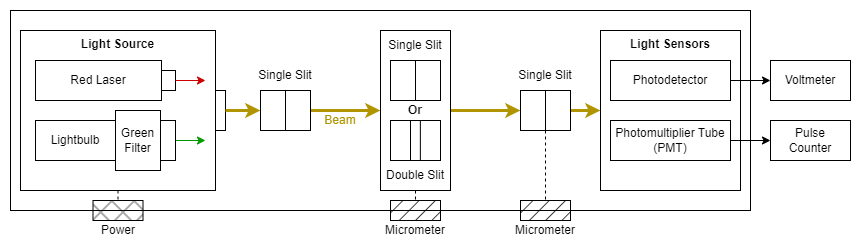
Earlier version of the draw.io export Lab1 - Two Slit Interference/DeviceDiagram.png (parallax-xallaraq/PHSX616). Source tidied: cells renumbered, new cells last; positions are measured from the earlier drawing's top-left corner, leaving out a move shared by most shapes.
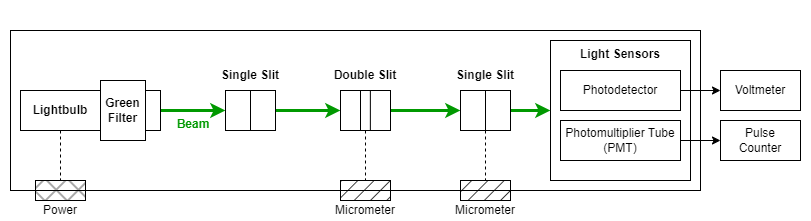
After the commit.

Commit message:
update device diagram

Change to the diagram source:
```diff
@@ -3,183 +3,67 @@
     <mxCell id="0" />
     <mxCell id="1" parent="0" />
     <mxCell id="2" style="rounded=0;whiteSpace=wrap;html=1;strokeColor=#FFFFFF;" parent="1" vertex="1">
-      <mxGeometry width="860" height="240" as="geometry" />
+      <mxGeometry x="50" width="810" height="220" as="geometry" />
     </mxCell>
     <mxCell id="3" style="rounded=0;whiteSpace=wrap;html=1;fillColor=none;" parent="1" vertex="1">
-      <mxGeometry x="10" y="10" width="740" height="200" as="geometry" />
+      <mxGeometry x="60" y="30" width="690" height="160" as="geometry" />
     </mxCell>
-    <mxCell id="4" style="group;" parent="1" vertex="1">
-      <mxGeometry x="20" y="30" width="205" height="160" as="geometry" />
-    </mxCell>
-    <mxCell id="5" value="Light Source" style="rounded=0;whiteSpace=wrap;html=1;horizontal=1;verticalAlign=top;fontStyle=1;" parent="4" vertex="1">
-      <mxGeometry width="195" height="160" as="geometry" />
-    </mxCell>
-    <mxCell id="6" style="rounded=0;whiteSpace=wrap;html=1;" parent="4" vertex="1">
-      <mxGeometry x="195" y="60" width="10" height="40" as="geometry" />
-    </mxCell>
     <mxCell id="7" value="Light Sensors" style="rounded=0;whiteSpace=wrap;html=1;fontStyle=1;verticalAlign=top;" parent="1" vertex="1">
-      <mxGeometry x="600" y="30" width="140" height="160" as="geometry" />
+      <mxGeometry x="600" y="40" width="140" height="140" as="geometry" />
     </mxCell>
-    <mxCell id="8" style="endArrow=classic;html=1;rounded=0;exitX=1;exitY=0.5;exitDx=0;exitDy=0;entryX=0;entryY=0.5;entryDx=0;entryDy=0;fillColor=#e3c800;strokeColor=#B09500;strokeWidth=3;" parent="1" edge="1" source="6" target="14">
+    <mxCell id="8" style="endArrow=classic;html=1;rounded=0;exitX=1;exitY=0.5;exitDx=0;exitDy=0;entryX=0;entryY=0.5;entryDx=0;entryDy=0;fillColor=#e3c800;strokeColor=#009900;strokeWidth=3;" parent="1" edge="1" source="32" target="14">
       <mxGeometry relative="1" as="geometry" />
     </mxCell>
-    <mxCell id="9" style="endArrow=classic;html=1;rounded=0;exitX=1;exitY=0.5;exitDx=0;exitDy=0;fillColor=#e3c800;strokeColor=#B09500;strokeWidth=3;" parent="1" edge="1" source="14" target="36">
+    <mxCell id="9" style="endArrow=classic;html=1;rounded=0;exitX=1;exitY=0.5;exitDx=0;exitDy=0;fillColor=#e3c800;strokeColor=#009900;strokeWidth=3;entryX=0;entryY=0.5;entryDx=0;entryDy=0;" parent="1" edge="1" source="14" target="38">
       <mxGeometry relative="1" as="geometry" />
     </mxCell>
-    <mxCell id="10" style="endArrow=classic;html=1;rounded=0;exitX=1;exitY=0.5;exitDx=0;exitDy=0;entryX=0;entryY=0.5;entryDx=0;entryDy=0;fillColor=#e3c800;strokeColor=#B09500;strokeWidth=3;" parent="1" edge="1" source="36" target="19">
+    <mxCell id="10" style="endArrow=classic;html=1;rounded=0;exitX=1;exitY=0.5;exitDx=0;exitDy=0;entryX=0;entryY=0.5;entryDx=0;entryDy=0;fillColor=#e3c800;strokeColor=#009900;strokeWidth=3;" parent="1" edge="1" source="38" target="19">
       <mxGeometry relative="1" as="geometry" />
     </mxCell>
-    <mxCell id="11" style="endArrow=classic;html=1;rounded=0;exitX=1;exitY=0.5;exitDx=0;exitDy=0;entryX=0;entryY=0.5;entryDx=0;entryDy=0;fillColor=#e3c800;strokeColor=#B09500;strokeWidth=3;" parent="1" edge="1" source="19" target="7">
+    <mxCell id="11" style="endArrow=classic;html=1;rounded=0;exitX=1;exitY=0.5;exitDx=0;exitDy=0;entryX=0;entryY=0.5;entryDx=0;entryDy=0;fillColor=#e3c800;strokeColor=#009900;strokeWidth=3;" parent="1" edge="1" source="19" target="7">
       <mxGeometry relative="1" as="geometry" />
     </mxCell>
-    <mxCell id="12" style="group;" parent="1" vertex="1">
-      <mxGeometry x="250" y="60" width="70" height="70" as="geometry" />
-    </mxCell>
-    <mxCell id="13" style="group;" parent="12" vertex="1">
-      <mxGeometry x="10" y="30" width="50" height="40" as="geometry" />
-    </mxCell>
-    <mxCell id="14" style="rounded=0;whiteSpace=wrap;html=1;" parent="13" vertex="1">
-      <mxGeometry width="50" height="40" as="geometry" />
-    </mxCell>
-    <mxCell id="15" style="endArrow=none;html=1;rounded=0;entryX=0.5;entryY=0;entryDx=0;entryDy=0;" parent="13" edge="1" target="14">
-      <mxGeometry relative="1" as="geometry">
-        <mxPoint x="25" y="40" as="sourcePoint" />
-      </mxGeometry>
-    </mxCell>
-    <mxCell id="16" value="Single Slit" style="text;html=1;strokeColor=none;fillColor=none;align=center;verticalAlign=middle;whiteSpace=wrap;rounded=0;" parent="12" vertex="1">
-      <mxGeometry width="70" height="30" as="geometry" />
-    </mxCell>
-    <mxCell id="17" style="group;" parent="1" vertex="1">
-      <mxGeometry x="510" y="60" width="70" height="70" as="geometry" />
-    </mxCell>
-    <mxCell id="18" style="group;" parent="17" vertex="1">
-      <mxGeometry x="10" y="30" width="50" height="40" as="geometry" />
-    </mxCell>
-    <mxCell id="19" style="rounded=0;whiteSpace=wrap;html=1;" parent="18" vertex="1">
-      <mxGeometry width="50" height="40" as="geometry" />
-    </mxCell>
-    <mxCell id="20" style="endArrow=none;html=1;rounded=0;entryX=0.5;entryY=0;entryDx=0;entryDy=0;" parent="18" edge="1" target="19">
-      <mxGeometry relative="1" as="geometry">
-        <mxPoint x="25" y="40" as="sourcePoint" />
-      </mxGeometry>
-    </mxCell>
-    <mxCell id="21" value="Single Slit" style="text;html=1;strokeColor=none;fillColor=none;align=center;verticalAlign=middle;whiteSpace=wrap;rounded=0;" parent="17" vertex="1">
-      <mxGeometry width="70" height="30" as="geometry" />
-    </mxCell>
     <mxCell id="22" value="Photodetector" style="rounded=0;whiteSpace=wrap;html=1;" parent="1" vertex="1">
-      <mxGeometry x="610" y="60" width="120" height="40" as="geometry" />
+      <mxGeometry x="610" y="70" width="120" height="40" as="geometry" />
     </mxCell>
     <mxCell id="23" value="Photomultiplier Tube (PMT)" style="rounded=0;whiteSpace=wrap;html=1;" parent="1" vertex="1">
       <mxGeometry x="610" y="120" width="120" height="40" as="geometry" />
     </mxCell>
-    <mxCell id="24" style="group;" parent="1" vertex="1">
-      <mxGeometry x="35" y="60" width="170" height="40" as="geometry" />
-    </mxCell>
-    <mxCell id="25" value="Red Laser" style="rounded=0;whiteSpace=wrap;html=1;" parent="24" vertex="1">
-      <mxGeometry width="126" height="40" as="geometry" />
-    </mxCell>
-    <mxCell id="26" style="rounded=0;whiteSpace=wrap;html=1;" parent="24" vertex="1">
-      <mxGeometry x="126" y="10" width="14" height="20" as="geometry" />
-    </mxCell>
-    <mxCell id="27" style="endArrow=classic;html=1;rounded=0;exitX=1;exitY=0.5;exitDx=0;exitDy=0;fillColor=#a20025;strokeColor=#CC0000;" parent="24" edge="1" source="26">
-      <mxGeometry relative="1" as="geometry">
-        <mxPoint x="170" y="20" as="targetPoint" />
-      </mxGeometry>
-    </mxCell>
-    <mxCell id="28" style="group;" parent="1" vertex="1">
-      <mxGeometry x="35" y="110" width="170" height="60" as="geometry" />
-    </mxCell>
-    <mxCell id="29" style="endArrow=classic;html=1;rounded=0;exitX=1;exitY=0.5;exitDx=0;exitDy=0;fillColor=#008a00;strokeColor=#009900;" parent="28" edge="1">
-      <mxGeometry relative="1" as="geometry">
-        <mxPoint x="140" y="30" as="sourcePoint" />
-        <mxPoint x="170" y="30" as="targetPoint" />
-      </mxGeometry>
-    </mxCell>
-    <mxCell id="30" value="Lightbulb" style="rounded=0;whiteSpace=wrap;html=1;" parent="28" vertex="1">
-      <mxGeometry y="10" width="80" height="40" as="geometry" />
-    </mxCell>
-    <mxCell id="31" value="Green&lt;br&gt;Filter" style="rounded=0;whiteSpace=wrap;html=1;" parent="28" vertex="1">
-      <mxGeometry x="80" width="45" height="60" as="geometry" />
-    </mxCell>
-    <mxCell id="32" style="rounded=0;whiteSpace=wrap;html=1;" parent="28" vertex="1">
-      <mxGeometry x="125" y="10" width="15" height="40" as="geometry" />
-    </mxCell>
     <mxCell id="33" value="Voltmeter" style="rounded=0;whiteSpace=wrap;html=1;" parent="1" vertex="1">
-      <mxGeometry x="770" y="60" width="80" height="40" as="geometry" />
+      <mxGeometry x="770" y="70" width="80" height="40" as="geometry" />
     </mxCell>
     <mxCell id="34" value="Pulse &lt;br&gt;Counter" style="rounded=0;whiteSpace=wrap;html=1;" parent="1" vertex="1">
       <mxGeometry x="770" y="120" width="80" height="40" as="geometry" />
     </mxCell>
-    <mxCell id="35" style="group;" parent="1" vertex="1">
-      <mxGeometry x="380" y="30" width="70" height="160" as="geometry" />
-    </mxCell>
-    <mxCell id="36" value="Or" style="rounded=0;whiteSpace=wrap;html=1;fontStyle=1;" parent="35" vertex="1">
-      <mxGeometry width="70" height="160" as="geometry" />
-    </mxCell>
-    <mxCell id="37" style="group;" parent="35" vertex="1">
-      <mxGeometry x="20" y="90" width="40" height="40" as="geometry" />
-    </mxCell>
-    <mxCell id="38" style="rounded=0;whiteSpace=wrap;html=1;" parent="37" vertex="1">
-      <mxGeometry x="-10" width="50" height="40" as="geometry" />
-    </mxCell>
-    <mxCell id="39" style="endArrow=none;html=1;rounded=0;entryX=0.5;entryY=0;entryDx=0;entryDy=0;" parent="37" edge="1">
-      <mxGeometry relative="1" as="geometry">
-        <mxPoint x="10" y="40" as="sourcePoint" />
-        <mxPoint x="10" as="targetPoint" />
-      </mxGeometry>
-    </mxCell>
-    <mxCell id="40" style="endArrow=none;html=1;rounded=0;entryX=0.5;entryY=0;entryDx=0;entryDy=0;" parent="37" edge="1">
-      <mxGeometry relative="1" as="geometry">
-        <mxPoint x="19.9" y="40" as="sourcePoint" />
-        <mxPoint x="19.9" as="targetPoint" />
-      </mxGeometry>
-    </mxCell>
-    <mxCell id="41" style="group;" parent="35" vertex="1">
-      <mxGeometry x="10" y="30" width="50" height="40" as="geometry" />
-    </mxCell>
-    <mxCell id="42" style="rounded=0;whiteSpace=wrap;html=1;" parent="41" vertex="1">
-      <mxGeometry width="50" height="40" as="geometry" />
-    </mxCell>
-    <mxCell id="43" style="endArrow=none;html=1;rounded=0;entryX=0.5;entryY=0;entryDx=0;entryDy=0;" parent="41" edge="1" target="42">
-      <mxGeometry relative="1" as="geometry">
-        <mxPoint x="25" y="40" as="sourcePoint" />
-      </mxGeometry>
-    </mxCell>
-    <mxCell id="44" value="Single Slit" style="text;html=1;strokeColor=none;fillColor=none;align=center;verticalAlign=middle;whiteSpace=wrap;rounded=0;" parent="35" vertex="1">
-      <mxGeometry width="70" height="30" as="geometry" />
-    </mxCell>
-    <mxCell id="45" value="Double Slit" style="text;html=1;strokeColor=none;fillColor=none;align=center;verticalAlign=middle;whiteSpace=wrap;rounded=0;" parent="35" vertex="1">
-      <mxGeometry y="130" width="70" height="30" as="geometry" />
-    </mxCell>
-    <mxCell id="46" value="Beam" style="text;html=1;strokeColor=none;fillColor=none;align=center;verticalAlign=middle;whiteSpace=wrap;rounded=0;fontColor=#b09500;" parent="1" vertex="1">
-      <mxGeometry x="310" y="110" width="60" height="20" as="geometry" />
+    <mxCell id="46" value="Beam" style="text;html=1;strokeColor=none;fillColor=none;align=center;verticalAlign=middle;whiteSpace=wrap;rounded=0;fontColor=#009900;fontStyle=1;" parent="1" vertex="1">
+      <mxGeometry x="213" y="114" width="60" height="20" as="geometry" />
     </mxCell>
     <mxCell id="47" style="rounded=0;whiteSpace=wrap;html=1;fillStyle=hatch;fillColor=#000000;" parent="1" vertex="1">
-      <mxGeometry x="520" y="200" width="50" height="20" as="geometry" />
+      <mxGeometry x="510" y="180" width="50" height="20" as="geometry" />
     </mxCell>
     <mxCell id="48" style="rounded=0;whiteSpace=wrap;html=1;fillStyle=hatch;fillColor=#000000;" parent="1" vertex="1">
-      <mxGeometry x="390" y="200" width="50" height="20" as="geometry" />
+      <mxGeometry x="390" y="180" width="50" height="20" as="geometry" />
     </mxCell>
-    <mxCell id="49" style="endArrow=none;html=1;rounded=0;entryX=0.5;entryY=0;entryDx=0;entryDy=0;exitX=0.5;exitY=1;exitDx=0;exitDy=0;dashed=1;" parent="1" edge="1" source="45" target="48">
+    <mxCell id="49" style="endArrow=none;html=1;rounded=0;entryX=0.5;entryY=0;entryDx=0;entryDy=0;exitX=0.5;exitY=1;exitDx=0;exitDy=0;dashed=1;" parent="1" edge="1" source="38" target="48">
       <mxGeometry relative="1" as="geometry" />
     </mxCell>
     <mxCell id="50" style="endArrow=none;html=1;rounded=0;entryX=0.5;entryY=0;entryDx=0;entryDy=0;exitX=0.5;exitY=1;exitDx=0;exitDy=0;dashed=1;" parent="1" edge="1" source="19" target="47">
       <mxGeometry relative="1" as="geometry" />
     </mxCell>
     <mxCell id="51" value="Micrometer" style="text;html=1;strokeColor=none;fillColor=none;align=center;verticalAlign=middle;whiteSpace=wrap;rounded=0;" parent="1" vertex="1">
-      <mxGeometry x="515" y="220" width="60" height="20" as="geometry" />
+      <mxGeometry x="505" y="200" width="60" height="20" as="geometry" />
     </mxCell>
     <mxCell id="52" value="Micrometer" style="text;html=1;strokeColor=none;fillColor=none;align=center;verticalAlign=middle;whiteSpace=wrap;rounded=0;" parent="1" vertex="1">
-      <mxGeometry x="385" y="220" width="60" height="20" as="geometry" />
+      <mxGeometry x="385" y="200" width="60" height="20" as="geometry" />
     </mxCell>
     <mxCell id="53" style="rounded=0;whiteSpace=wrap;html=1;fillStyle=cross-hatch;fillColor=#000000;glass=0;shadow=0;" parent="1" vertex="1">
-      <mxGeometry x="92.5" y="200" width="50" height="20" as="geometry" />
+      <mxGeometry x="85" y="180" width="50" height="20" as="geometry" />
     </mxCell>
-    <mxCell id="54" style="endArrow=none;html=1;rounded=0;entryX=0.5;entryY=0;entryDx=0;entryDy=0;dashed=1;exitX=0.5;exitY=1;exitDx=0;exitDy=0;" parent="1" edge="1" source="5" target="53">
+    <mxCell id="54" style="endArrow=none;html=1;rounded=0;entryX=0.5;entryY=0;entryDx=0;entryDy=0;dashed=1;exitX=0.5;exitY=1;exitDx=0;exitDy=0;" parent="1" edge="1" source="30" target="53">
       <mxGeometry relative="1" as="geometry" />
     </mxCell>
     <mxCell id="55" value="Power" style="text;html=1;strokeColor=none;fillColor=none;align=center;verticalAlign=middle;whiteSpace=wrap;rounded=0;" parent="1" vertex="1">
-      <mxGeometry x="87.5" y="220" width="60" height="20" as="geometry" />
+      <mxGeometry x="80" y="200" width="60" height="20" as="geometry" />
     </mxCell>
     <mxCell id="56" style="endArrow=classic;html=1;rounded=0;exitX=1;exitY=0.5;exitDx=0;exitDy=0;entryX=0;entryY=0.5;entryDx=0;entryDy=0;" parent="1" edge="1" source="22" target="33">
       <mxGeometry relative="1" as="geometry" />
@@ -187,5 +71,63 @@
     <mxCell id="57" style="endArrow=classic;html=1;rounded=0;exitX=1;exitY=0.5;exitDx=0;exitDy=0;entryX=0;entryY=0.5;entryDx=0;entryDy=0;" parent="1" edge="1" source="23" target="34">
       <mxGeometry relative="1" as="geometry" />
     </mxCell>
+    <mxCell id="37" style="group;" parent="1" vertex="1">
+      <mxGeometry x="400" y="90" width="40" height="40" as="geometry" />
+    </mxCell>
+    <mxCell id="38" style="rounded=0;whiteSpace=wrap;html=1;" parent="37" vertex="1">
+      <mxGeometry x="-10" width="50" height="40" as="geometry" />
+    </mxCell>
+    <mxCell id="39" style="endArrow=none;html=1;rounded=0;entryX=0.5;entryY=0;entryDx=0;entryDy=0;" parent="37" edge="1">
+      <mxGeometry relative="1" as="geometry">
+        <mxPoint x="10" y="40" as="sourcePoint" />
+        <mxPoint x="10" as="targetPoint" />
+      </mxGeometry>
+    </mxCell>
+    <mxCell id="40" style="endArrow=none;html=1;rounded=0;entryX=0.5;entryY=0;entryDx=0;entryDy=0;" parent="37" edge="1">
+      <mxGeometry relative="1" as="geometry">
+        <mxPoint x="19.9" y="40" as="sourcePoint" />
+        <mxPoint x="19.9" as="targetPoint" />
+      </mxGeometry>
+    </mxCell>
+    <mxCell id="45" value="Double Slit" style="text;html=1;strokeColor=none;fillColor=none;align=center;verticalAlign=middle;whiteSpace=wrap;rounded=0;fontStyle=1;" parent="1" vertex="1">
+      <mxGeometry x="380" y="60" width="70" height="30" as="geometry" />
+    </mxCell>
+    <mxCell id="13" style="group;fontStyle=1;" parent="1" vertex="1">
+      <mxGeometry x="275" y="90" width="50" height="40" as="geometry" />
+    </mxCell>
+    <mxCell id="14" style="rounded=0;whiteSpace=wrap;html=1;" parent="13" vertex="1">
+      <mxGeometry width="50" height="40" as="geometry" />
+    </mxCell>
+    <mxCell id="15" style="endArrow=none;html=1;rounded=0;entryX=0.5;entryY=0;entryDx=0;entryDy=0;" parent="13" edge="1" target="14">
+      <mxGeometry relative="1" as="geometry">
+        <mxPoint x="25" y="40" as="sourcePoint" />
+      </mxGeometry>
+    </mxCell>
+    <mxCell id="16" value="Single Slit" style="text;html=1;strokeColor=none;fillColor=none;align=center;verticalAlign=middle;whiteSpace=wrap;rounded=0;fontStyle=1;" parent="1" vertex="1">
+      <mxGeometry x="265" y="60" width="70" height="30" as="geometry" />
+    </mxCell>
+    <mxCell id="18" style="group;fontStyle=1;" parent="1" vertex="1">
+      <mxGeometry x="520" y="90" width="50" height="40" as="geometry" />
+    </mxCell>
+    <mxCell id="19" style="rounded=0;whiteSpace=wrap;html=1;" parent="18" vertex="1">
+      <mxGeometry x="-10" width="50" height="40" as="geometry" />
+    </mxCell>
+    <mxCell id="20" style="endArrow=none;html=1;rounded=0;entryX=0.5;entryY=0;entryDx=0;entryDy=0;" parent="18" edge="1" target="19">
+      <mxGeometry relative="1" as="geometry">
+        <mxPoint x="15" y="40" as="sourcePoint" />
+      </mxGeometry>
+    </mxCell>
+    <mxCell id="21" value="Single Slit" style="text;html=1;strokeColor=none;fillColor=none;align=center;verticalAlign=middle;whiteSpace=wrap;rounded=0;fontStyle=1;" parent="1" vertex="1">
+      <mxGeometry x="500" y="60" width="70" height="30" as="geometry" />
+    </mxCell>
+    <mxCell id="30" value="Lightbulb" style="rounded=0;whiteSpace=wrap;html=1;fontStyle=1;" parent="1" vertex="1">
+      <mxGeometry x="70" y="90" width="80" height="40" as="geometry" />
+    </mxCell>
+    <mxCell id="31" value="Green&lt;br&gt;Filter" style="rounded=0;whiteSpace=wrap;html=1;fontStyle=1;" parent="1" vertex="1">
+      <mxGeometry x="150" y="80" width="45" height="60" as="geometry" />
+    </mxCell>
+    <mxCell id="32" style="rounded=0;whiteSpace=wrap;html=1;fontStyle=1;" parent="1" vertex="1">
+      <mxGeometry x="195" y="90" width="15" height="40" as="geometry" />
+    </mxCell>
   </root>
 </mxGraphModel>
```
